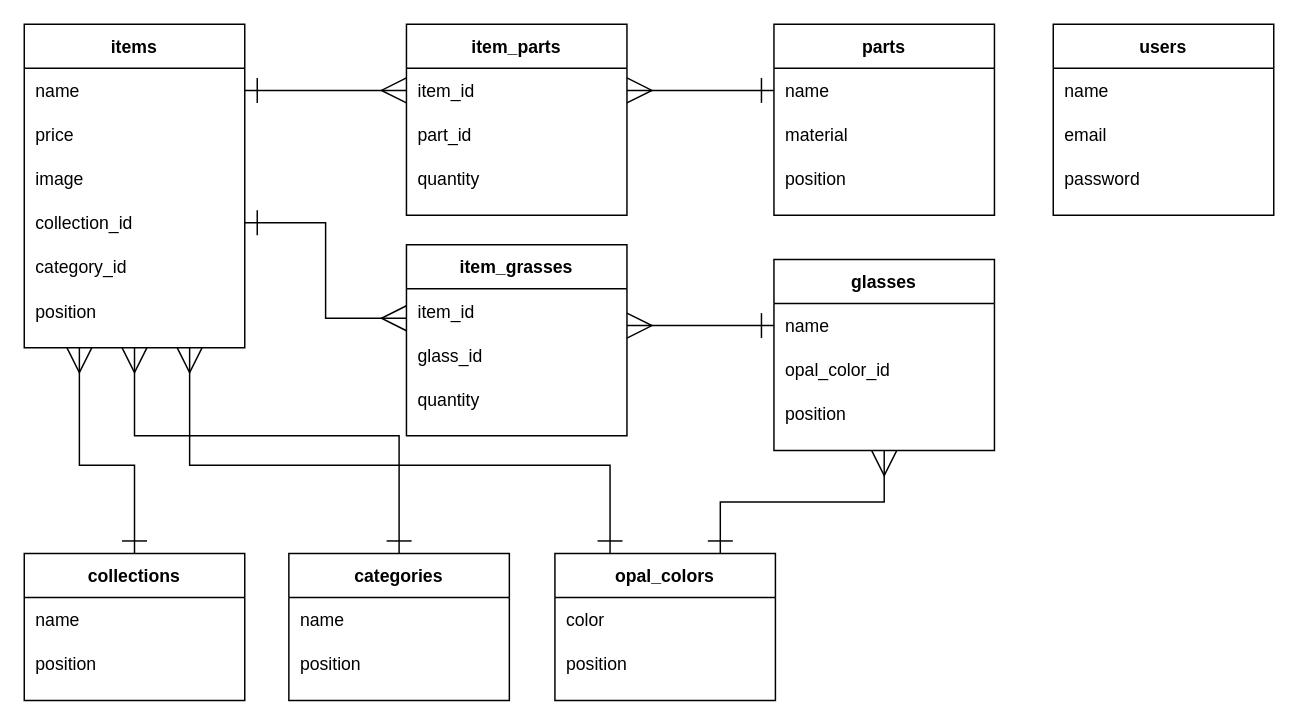
This is ER.dio from KentaroKageyama/aio_app, a draw.io file, before an edit. Source tidied: cells renumbered, new cells numbered last; positions are measured from the earlier drawing's top-left corner, leaving out a move shared by most shapes. Both pictures are drawn from the tidied source at 147%, with x=0, y=0 at pixel (24, 24).
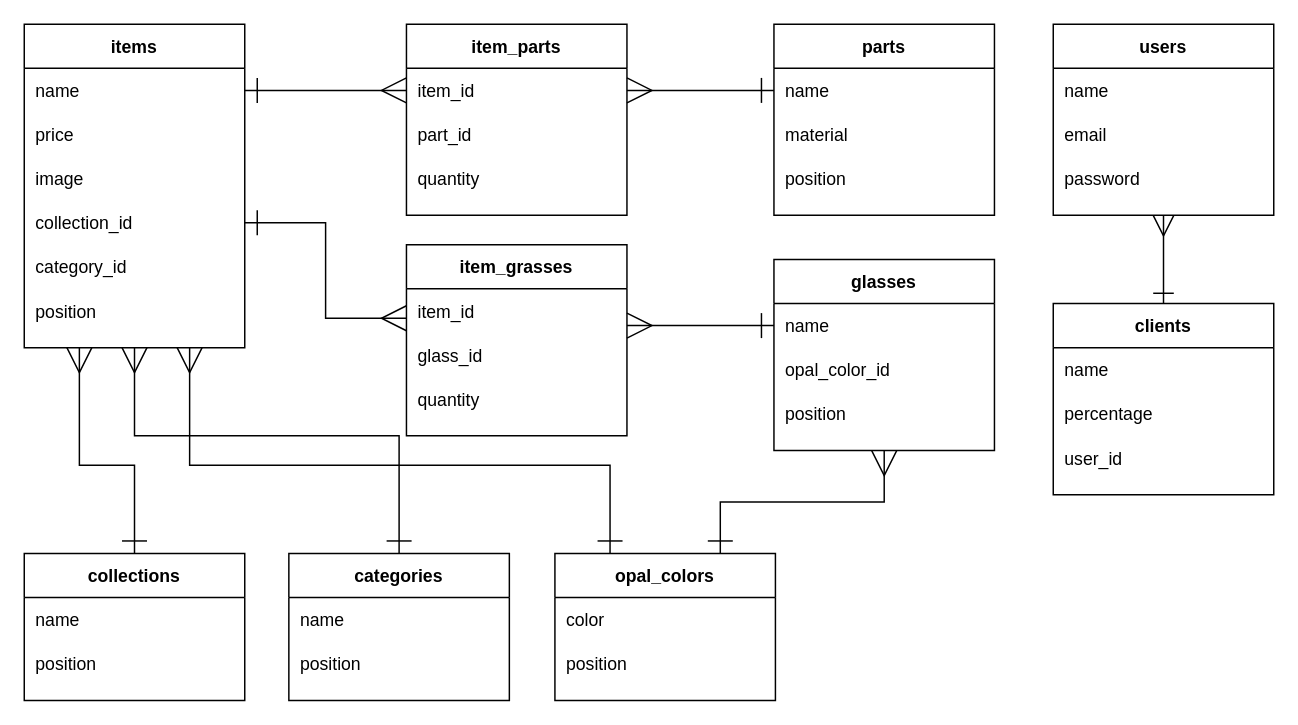
The same page after the edit.

Unchanged cells that the change refers to:
```xml
<mxCell id="50" value="users" style="shape=table;startSize=30;childLayout=tableLayout;rowLines=0;fontStyle=1;align=center;" parent="1" vertex="1">
  <mxGeometry x="700" width="150" height="130" as="geometry" />
</mxCell>
```

What changed in the source:
```diff
@@
+    <mxCell id="73" style="edgeStyle=orthogonalEdgeStyle;rounded=0;jettySize=auto;html=1;exitX=0.5;exitY=0;exitDx=0;exitDy=0;entryX=0.5;entryY=1;entryDx=0;entryDy=0;endArrow=ERmany;endFill=0;startArrow=ERone;startFill=0;endSize=12;startSize=12;" parent="1" edge="1" source="74" target="50">
+      <mxGeometry relative="1" as="geometry" />
+    </mxCell>
+    <mxCell id="74" value="clients" style="shape=table;startSize=30;childLayout=tableLayout;rowLines=0;fontStyle=1;align=center;" parent="1" vertex="1">
+      <mxGeometry x="700" y="190" width="150" height="130" as="geometry" />
+    </mxCell>
+    <mxCell id="75" style="shape=partialRectangle;fillColor=none;top=0;left=0;bottom=0;right=0;" parent="74" vertex="1">
+      <mxGeometry y="30" width="150" height="30" as="geometry" />
+    </mxCell>
+    <mxCell id="76" value="name" style="shape=partialRectangle;fillColor=none;top=0;left=0;bottom=0;right=0;align=left;spacingLeft=6;overflow=hidden;" parent="75" vertex="1">
+      <mxGeometry width="150" height="30" as="geometry" />
+    </mxCell>
+    <mxCell id="77" style="shape=partialRectangle;fillColor=none;top=0;left=0;bottom=0;right=0;" parent="74" vertex="1">
+      <mxGeometry y="60" width="150" height="30" as="geometry" />
+    </mxCell>
+    <mxCell id="78" value="percentage" style="shape=partialRectangle;fillColor=none;top=0;left=0;bottom=0;right=0;align=left;spacingLeft=6;overflow=hidden;" parent="77" vertex="1">
+      <mxGeometry width="150" height="30" as="geometry" />
+    </mxCell>
+    <mxCell id="79" style="shape=partialRectangle;fillColor=none;top=0;left=0;bottom=0;right=0;" parent="74" vertex="1">
+      <mxGeometry y="90" width="150" height="30" as="geometry" />
+    </mxCell>
+    <mxCell id="80" value="user_id" style="shape=partialRectangle;fillColor=none;top=0;left=0;bottom=0;right=0;align=left;spacingLeft=6;overflow=hidden;" parent="79" vertex="1">
+      <mxGeometry width="150" height="30" as="geometry" />
+    </mxCell>
```
